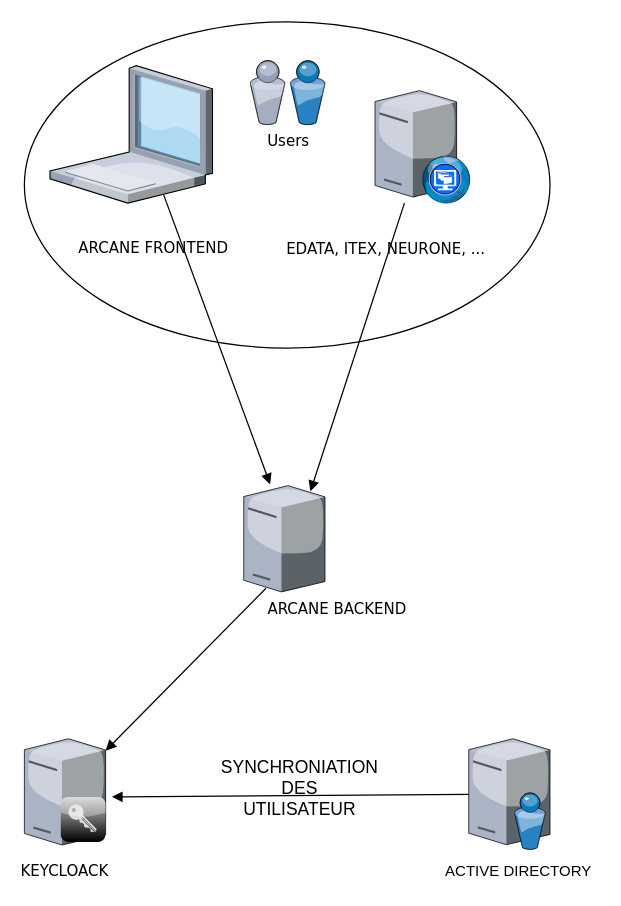
segtio/diagram keeps this draw.io diagram as Untitled Diagram.drawio. Above is the earlier version. Source tidied: cells renumbered, new cells numbered last; positions are measured from the earlier drawing's top-left corner, leaving out a move shared by most shapes. Both pictures are drawn from the tidied source at 125%, with x=0, y=0 at pixel (24, 21).
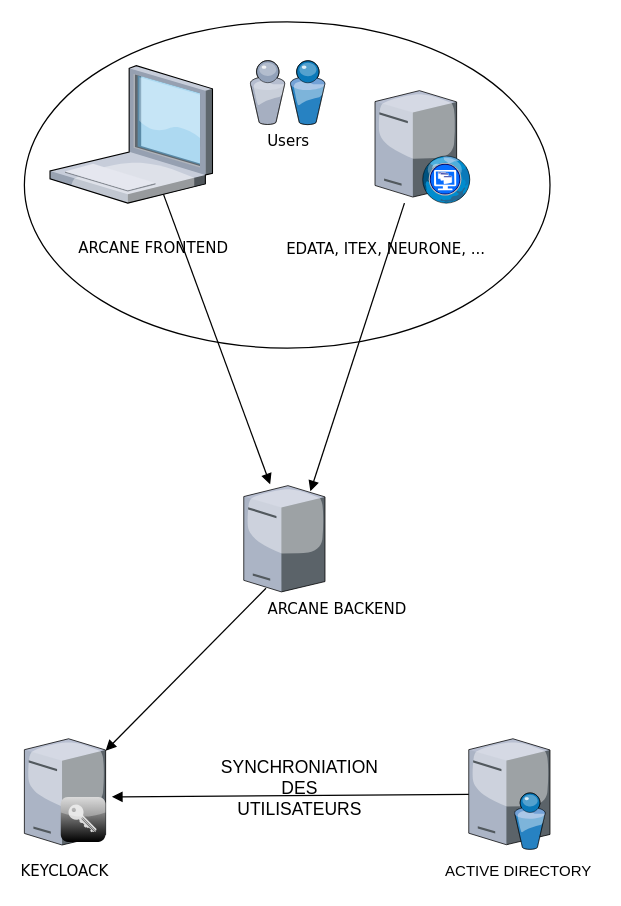
After the change.

The edit, as a diff of the source:
```diff
@@
 <mxGraphModel background="#ffffff">
   <root>
     <mxCell id="0" />
     <mxCell id="1" parent="0" />
     <mxCell id="2" style="ellipse;whiteSpace=wrap;html=1;rounded=0;shadow=0;comic=0;strokeWidth=1;fontFamily=Verdana;" parent="1" vertex="1">
       <mxGeometry width="420.5" height="261" as="geometry" />
     </mxCell>
     <mxCell id="3" style="verticalLabelPosition=bottom;html=1;verticalAlign=top;strokeColor=none;align=center;shape=mxgraph.citrix.laptop_1;" parent="1" vertex="1">
       <mxGeometry x="20.5" y="35" width="130" height="110" as="geometry" />
     </mxCell>
     <mxCell id="4" style="verticalLabelPosition=bottom;html=1;verticalAlign=top;strokeColor=none;align=center;outlineConnect=0;shape=mxgraph.citrix.license_server;" parent="1" vertex="1">
       <mxGeometry y="573.5" width="65" height="85" as="geometry" />
     </mxCell>
     <mxCell id="5" style="verticalLabelPosition=bottom;html=1;verticalAlign=top;strokeColor=none;align=center;shape=mxgraph.citrix.role_security;fillColor=#CCCCCC;gradientColor=#000000;gradientDirection=south;" parent="1" vertex="1">
       <mxGeometry x="29" y="620" width="36" height="36" as="geometry" />
     </mxCell>
     <mxCell id="6" style="verticalLabelPosition=bottom;html=1;verticalAlign=top;strokeColor=none;align=center;outlineConnect=0;shape=mxgraph.citrix.directory_server;" parent="1" vertex="1">
       <mxGeometry x="355.5" y="573.5" width="65" height="88.5" as="geometry" />
     </mxCell>
     <mxCell id="7" style="verticalLabelPosition=bottom;html=1;verticalAlign=top;strokeColor=none;align=center;outlineConnect=0;shape=mxgraph.citrix.desktop_web;" parent="1" vertex="1">
       <mxGeometry x="280.5" y="55" width="76.5" height="90" as="geometry" />
     </mxCell>
     <mxCell id="8" value="Users" style="verticalLabelPosition=bottom;html=1;verticalAlign=top;strokeColor=none;shape=mxgraph.citrix.users;rounded=0;shadow=0;comic=0;fontFamily=Verdana;" parent="1" vertex="1">
       <mxGeometry x="180.5" y="31" width="60" height="51.2" as="geometry" />
     </mxCell>
     <mxCell id="9" value="EDATA, ITEX, NEURONE, ..." style="edgeStyle=none;rounded=0;html=1;entryX=0.82;entryY=0.054;entryPerimeter=0;labelBackgroundColor=none;startArrow=none;startFill=0;endArrow=block;endFill=1;strokeWidth=1;fontFamily=Verdana;fontSize=12;entryDx=0;entryDy=0;" parent="1" edge="1" source="7" target="11">
       <mxGeometry x="-0.67" y="-3" relative="1" as="geometry" />
     </mxCell>
     <mxCell id="10" value="ARCANE FRONTEND" style="edgeStyle=none;rounded=0;html=1;labelBackgroundColor=none;startArrow=none;startFill=0;endArrow=block;endFill=1;strokeWidth=1;fontFamily=Verdana;fontSize=12;entryX=0.325;entryY=-0.013;entryDx=0;entryDy=0;entryPerimeter=0;" parent="1" edge="1" target="11">
       <mxGeometry x="-0.69" y="-22" relative="1" as="geometry">
         <mxPoint x="111.3" y="138" as="sourcePoint" />
         <mxPoint x="-1" as="offset" />
       </mxGeometry>
     </mxCell>
     <mxCell id="11" style="verticalLabelPosition=bottom;html=1;verticalAlign=top;strokeColor=none;shape=mxgraph.citrix.tower_server;rounded=0;shadow=0;comic=0;fontFamily=Verdana;" parent="1" vertex="1">
       <mxGeometry x="175.5" y="371" width="65" height="85" as="geometry" />
     </mxCell>
     <mxCell id="12" value="&lt;div&gt;ARCANE BACKEND&lt;/div&gt;" style="edgeStyle=none;rounded=0;html=1;labelBackgroundColor=none;startArrow=none;startFill=0;endArrow=block;endFill=1;strokeWidth=1;fontFamily=Verdana;fontSize=12;exitX=0.274;exitY=0.966;exitDx=0;exitDy=0;exitPerimeter=0;" parent="1" edge="1" source="11" target="4">
       <mxGeometry x="-1" y="59" relative="1" as="geometry">
         <mxPoint x="15" y="-25" as="offset" />
       </mxGeometry>
     </mxCell>
     <mxCell id="13" value="KEYCLOACK" style="edgeStyle=none;rounded=0;html=1;labelBackgroundColor=none;startArrow=none;startFill=0;endArrow=block;endFill=1;strokeWidth=1;fontFamily=Verdana;fontSize=12;entryX=1.077;entryY=0.547;entryDx=0;entryDy=0;entryPerimeter=0;" parent="1" edge="1" source="6" target="4">
       <mxGeometry x="1" y="71" relative="1" as="geometry">
         <mxPoint x="-38" y="-11" as="offset" />
       </mxGeometry>
     </mxCell>
-    <mxCell id="14" value="&lt;div style=&quot;font-size: 14px&quot;&gt;&lt;font style=&quot;font-size: 14px&quot;&gt;SYNCHRONIATION &lt;br&gt;&lt;/font&gt;&lt;/div&gt;&lt;div style=&quot;font-size: 14px&quot;&gt;&lt;font style=&quot;font-size: 14px&quot;&gt;DES&lt;/font&gt;&lt;/div&gt;&lt;div style=&quot;font-size: 14px&quot;&gt;&lt;font style=&quot;font-size: 14px&quot;&gt;UTILISATEUR&lt;br&gt;&lt;/font&gt;&lt;/div&gt;" style="text;html=1;align=center;verticalAlign=middle;fillColor=none;strokeColor=none;rounded=0;" parent="1" vertex="1">
+    <mxCell id="14" value="&lt;div style=&quot;font-size: 14px&quot;&gt;&lt;font style=&quot;font-size: 14px&quot;&gt;SYNCHRONIATION &lt;br&gt;&lt;/font&gt;&lt;/div&gt;&lt;div style=&quot;font-size: 14px&quot;&gt;&lt;font style=&quot;font-size: 14px&quot;&gt;DES&lt;/font&gt;&lt;/div&gt;&lt;div style=&quot;font-size: 14px&quot;&gt;&lt;font style=&quot;font-size: 14px&quot;&gt;UTILISATEUR&lt;/font&gt;S&lt;/div&gt;" style="text;html=1;align=center;verticalAlign=middle;fillColor=none;strokeColor=none;rounded=0;" parent="1" vertex="1">
       <mxGeometry x="149.5" y="588" width="140" height="50" as="geometry" />
     </mxCell>
     <mxCell id="15" value="ACTIVE DIRECTORY" style="text;html=1;align=center;verticalAlign=middle;fillColor=none;strokeColor=none;rounded=0;" parent="1" vertex="1">
       <mxGeometry x="330" y="670" width="130" height="20" as="geometry" />
     </mxCell>
   </root>
 </mxGraphModel>
```
